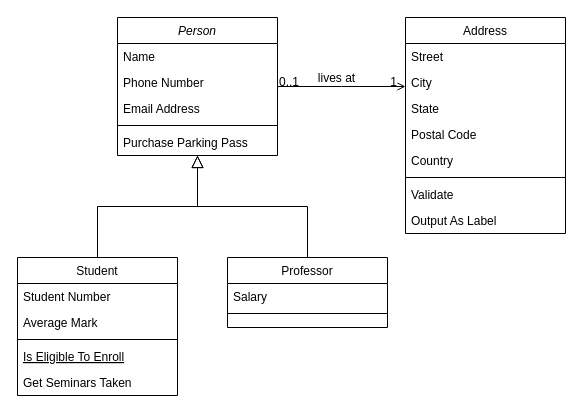
The draw.io diagram class-diag.drawio in kejinglu/demo_23winter_web_project_docs, before the edit. Source tidied: cells renumbered, new cells numbered last; positions are measured from the earlier drawing's top-left corner, leaving out a move shared by most shapes. Both pictures are drawn from the tidied source at 100%, with x=0, y=0 at pixel (17, 17).
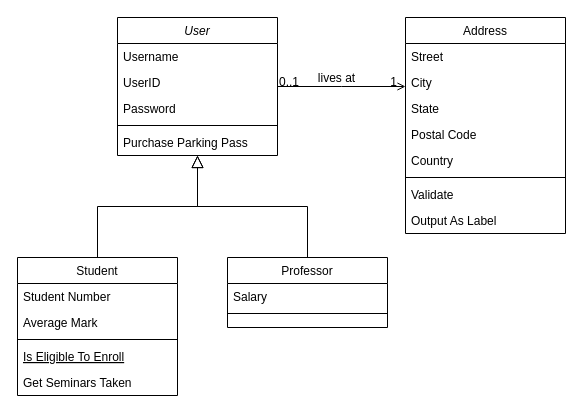
The same page after the edit.

The edit, as a diff of the source:
```diff
@@
-    <mxCell id="2" value="Person" style="swimlane;fontStyle=2;align=center;verticalAlign=top;horizontal=1;startSize=26;rounded=0;shadow=0;strokeWidth=1;" parent="1" vertex="1">
+    <mxCell id="2" value="User" style="swimlane;fontStyle=2;align=center;verticalAlign=top;horizontal=1;startSize=26;rounded=0;shadow=0;strokeWidth=1;" parent="1" vertex="1">
       <mxGeometry x="100" width="160" height="138" as="geometry" />
     </mxCell>
-    <mxCell id="3" value="Name" style="text;align=left;verticalAlign=top;spacingLeft=4;spacingRight=4;overflow=hidden;" parent="2" vertex="1">
+    <mxCell id="3" value="Username" style="text;align=left;verticalAlign=top;spacingLeft=4;spacingRight=4;overflow=hidden;" parent="2" vertex="1">
       <mxGeometry y="26" width="160" height="26" as="geometry" />
     </mxCell>
-    <mxCell id="4" value="Phone Number" style="text;align=left;verticalAlign=top;spacingLeft=4;spacingRight=4;overflow=hidden;rounded=0;shadow=0;html=0;" parent="2" vertex="1">
+    <mxCell id="4" value="UserID" style="text;align=left;verticalAlign=top;spacingLeft=4;spacingRight=4;overflow=hidden;rounded=0;shadow=0;html=0;" parent="2" vertex="1">
       <mxGeometry y="52" width="160" height="26" as="geometry" />
     </mxCell>
-    <mxCell id="5" value="Email Address" style="text;align=left;verticalAlign=top;spacingLeft=4;spacingRight=4;overflow=hidden;rounded=0;shadow=0;html=0;" parent="2" vertex="1">
+    <mxCell id="5" value="Password" style="text;align=left;verticalAlign=top;spacingLeft=4;spacingRight=4;overflow=hidden;rounded=0;shadow=0;html=0;" parent="2" vertex="1">
       <mxGeometry y="78" width="160" height="26" as="geometry" />
     </mxCell>
```
